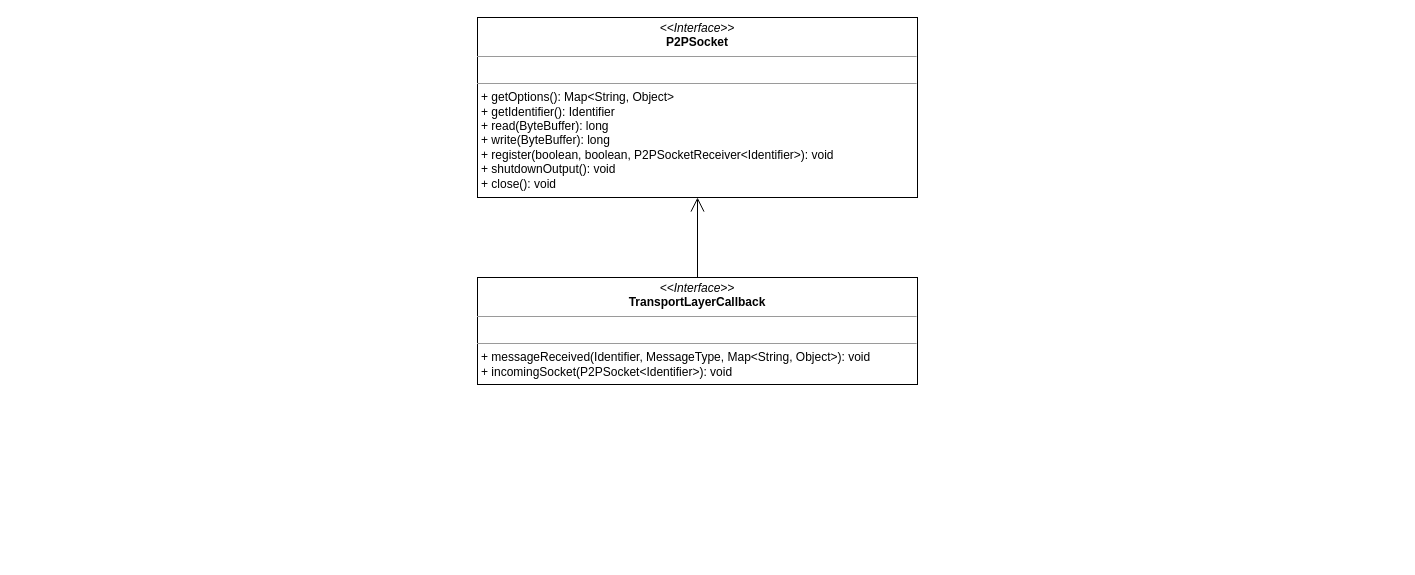
This is Untitled Diagram.drawio from OneOverThree/PastryTest, a draw.io file, before an edit. Source tidied: cells renumbered, new cells numbered last; positions are measured from the earlier drawing's top-left corner, leaving out a move shared by most shapes. Both pictures are drawn from the tidied source at 100%, with x=0, y=0 at pixel (477, 17).
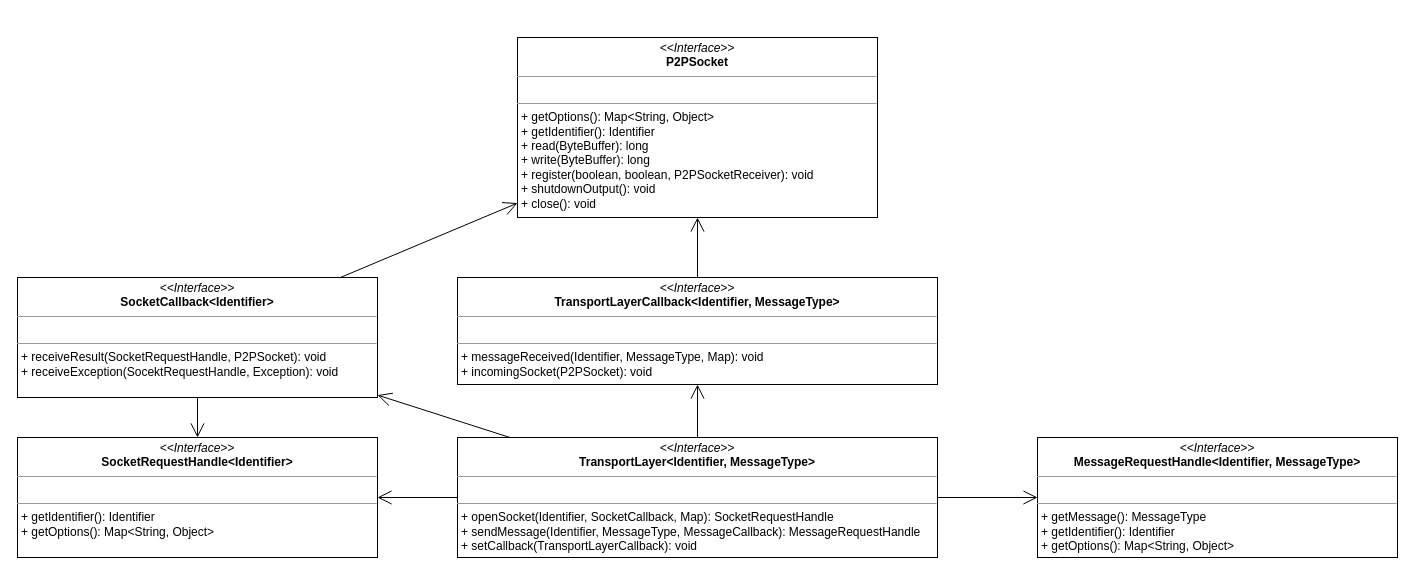
The same page after the edit.

Change to the diagram source:
```diff
@@
 <mxGraphModel>
   <root>
     <mxCell id="0" />
     <mxCell id="1" parent="0" />
-    <mxCell id="2" value="&lt;p style=&quot;margin:0px;margin-top:4px;text-align:center;&quot;&gt;&lt;i&gt;&amp;lt;&amp;lt;Interface&amp;gt;&amp;gt;&lt;/i&gt;&lt;br&gt;&lt;b style=&quot;&quot;&gt;TransportLayerCallback&lt;/b&gt;&lt;/p&gt;&lt;hr size=&quot;1&quot;&gt;&lt;p style=&quot;margin:0px;margin-left:4px;&quot;&gt;&lt;br&gt;&lt;/p&gt;&lt;hr size=&quot;1&quot;&gt;&lt;p style=&quot;margin:0px;margin-left:4px;&quot;&gt;+ messageReceived&lt;span style=&quot;background-color: initial;&quot;&gt;(Identifier, MessageType, Map&amp;lt;String, Object&amp;gt;): void&lt;/span&gt;&lt;/p&gt;&lt;p style=&quot;margin:0px;margin-left:4px;&quot;&gt;+&amp;nbsp;incomingSocket(P2PSocket&amp;lt;Identifier&amp;gt;)&lt;span style=&quot;background-color: initial;&quot;&gt;: void&lt;/span&gt;&lt;/p&gt;" style="verticalAlign=top;align=left;overflow=fill;fontSize=12;fontFamily=Helvetica;html=1;rounded=0;shadow=0;comic=0;labelBackgroundColor=none;strokeWidth=1;" parent="1" vertex="1">
-      <mxGeometry y="260" width="440" height="107" as="geometry" />
+    <mxCell id="2" value="&lt;p style=&quot;margin:0px;margin-top:4px;text-align:center;&quot;&gt;&lt;i&gt;&amp;lt;&amp;lt;Interface&amp;gt;&amp;gt;&lt;/i&gt;&lt;br&gt;&lt;b style=&quot;&quot;&gt;TransportLayerCallback&lt;/b&gt;&lt;b&gt;&amp;lt;Identifier, MessageType&amp;gt;&lt;/b&gt;&lt;/p&gt;&lt;hr size=&quot;1&quot;&gt;&lt;p style=&quot;margin:0px;margin-left:4px;&quot;&gt;&lt;br&gt;&lt;/p&gt;&lt;hr size=&quot;1&quot;&gt;&lt;p style=&quot;margin:0px;margin-left:4px;&quot;&gt;+ messageReceived&lt;span style=&quot;background-color: initial;&quot;&gt;(Identifier, MessageType, Map): void&lt;/span&gt;&lt;/p&gt;&lt;p style=&quot;margin:0px;margin-left:4px;&quot;&gt;+&amp;nbsp;incomingSocket(P2PSocket)&lt;span style=&quot;background-color: initial;&quot;&gt;: void&lt;/span&gt;&lt;/p&gt;" style="verticalAlign=top;align=left;overflow=fill;fontSize=12;fontFamily=Helvetica;html=1;rounded=0;shadow=0;comic=0;labelBackgroundColor=none;strokeWidth=1;" parent="1" vertex="1">
+      <mxGeometry x="-20" y="260" width="480" height="107" as="geometry" />
     </mxCell>
-    <mxCell id="3" value="&lt;p style=&quot;margin:0px;margin-top:4px;text-align:center;&quot;&gt;&lt;i&gt;&amp;lt;&amp;lt;Interface&amp;gt;&amp;gt;&lt;/i&gt;&lt;br&gt;&lt;b style=&quot;&quot;&gt;P2PSocket&lt;/b&gt;&lt;/p&gt;&lt;hr size=&quot;1&quot;&gt;&lt;p style=&quot;margin:0px;margin-left:4px;&quot;&gt;&lt;br&gt;&lt;/p&gt;&lt;hr size=&quot;1&quot;&gt;&lt;p style=&quot;margin:0px;margin-left:4px;&quot;&gt;+ getOptions()&lt;span style=&quot;background-color: initial;&quot;&gt;: Map&amp;lt;String, Object&amp;gt;&lt;/span&gt;&lt;/p&gt;&lt;p style=&quot;margin:0px;margin-left:4px;&quot;&gt;+ getIdentifier(): Identifier&lt;/p&gt;&lt;p style=&quot;margin:0px;margin-left:4px;&quot;&gt;+ read(ByteBuffer): long&lt;/p&gt;&lt;p style=&quot;margin:0px;margin-left:4px;&quot;&gt;+ write(ByteBuffer): long&lt;/p&gt;&lt;p style=&quot;margin:0px;margin-left:4px;&quot;&gt;+ register(boolean, boolean, P2PSocketReceiver&amp;lt;Identifier&amp;gt;): void&lt;/p&gt;&lt;p style=&quot;margin:0px;margin-left:4px;&quot;&gt;&lt;span style=&quot;background-color: initial;&quot;&gt;+ shutdownOutput(): void&lt;/span&gt;&lt;/p&gt;&lt;p style=&quot;margin:0px;margin-left:4px;&quot;&gt;&lt;span style=&quot;background-color: initial;&quot;&gt;+ close(): void&lt;/span&gt;&lt;/p&gt;" style="verticalAlign=top;align=left;overflow=fill;fontSize=12;fontFamily=Helvetica;html=1;rounded=0;shadow=0;comic=0;labelBackgroundColor=none;strokeWidth=1;" parent="1" vertex="1">
-      <mxGeometry width="440" height="180" as="geometry" />
+    <mxCell id="3" value="&lt;p style=&quot;margin:0px;margin-top:4px;text-align:center;&quot;&gt;&lt;i&gt;&amp;lt;&amp;lt;Interface&amp;gt;&amp;gt;&lt;/i&gt;&lt;br&gt;&lt;b style=&quot;&quot;&gt;P2PSocket&lt;/b&gt;&lt;/p&gt;&lt;hr size=&quot;1&quot;&gt;&lt;p style=&quot;margin:0px;margin-left:4px;&quot;&gt;&lt;br&gt;&lt;/p&gt;&lt;hr size=&quot;1&quot;&gt;&lt;p style=&quot;margin:0px;margin-left:4px;&quot;&gt;+ getOptions()&lt;span style=&quot;background-color: initial;&quot;&gt;: Map&amp;lt;String, Object&amp;gt;&lt;/span&gt;&lt;/p&gt;&lt;p style=&quot;margin:0px;margin-left:4px;&quot;&gt;+ getIdentifier(): Identifier&lt;/p&gt;&lt;p style=&quot;margin:0px;margin-left:4px;&quot;&gt;+ read(ByteBuffer): long&lt;/p&gt;&lt;p style=&quot;margin:0px;margin-left:4px;&quot;&gt;+ write(ByteBuffer): long&lt;/p&gt;&lt;p style=&quot;margin:0px;margin-left:4px;&quot;&gt;+ register(boolean, boolean, P2PSocketReceiver): void&lt;/p&gt;&lt;p style=&quot;margin:0px;margin-left:4px;&quot;&gt;&lt;span style=&quot;background-color: initial;&quot;&gt;+ shutdownOutput(): void&lt;/span&gt;&lt;/p&gt;&lt;p style=&quot;margin:0px;margin-left:4px;&quot;&gt;&lt;span style=&quot;background-color: initial;&quot;&gt;+ close(): void&lt;/span&gt;&lt;/p&gt;" style="verticalAlign=top;align=left;overflow=fill;fontSize=12;fontFamily=Helvetica;html=1;rounded=0;shadow=0;comic=0;labelBackgroundColor=none;strokeWidth=1;" parent="1" vertex="1">
+      <mxGeometry x="40" y="20" width="360" height="180" as="geometry" />
     </mxCell>
     <mxCell id="4" style="endArrow=open;endFill=1;endSize=12;html=1;rounded=0;" parent="1" edge="1" source="2" target="3">
       <mxGeometry relative="1" as="geometry" />
     </mxCell>
+    <mxCell id="5" value="&lt;p style=&quot;margin:0px;margin-top:4px;text-align:center;&quot;&gt;&lt;i&gt;&amp;lt;&amp;lt;Interface&amp;gt;&amp;gt;&lt;/i&gt;&lt;br&gt;&lt;b style=&quot;&quot;&gt;TransportLayer&lt;/b&gt;&lt;b&gt;&amp;lt;Identifier, MessageType&amp;gt;&lt;/b&gt;&lt;/p&gt;&lt;hr size=&quot;1&quot;&gt;&lt;p style=&quot;margin:0px;margin-left:4px;&quot;&gt;&lt;br&gt;&lt;/p&gt;&lt;hr size=&quot;1&quot;&gt;&lt;p style=&quot;margin:0px;margin-left:4px;&quot;&gt;+ openSocket&lt;span style=&quot;background-color: initial;&quot;&gt;(Identifier, SocketCallback, Map): SocketRequestHandle&lt;/span&gt;&lt;/p&gt;&lt;p style=&quot;margin:0px;margin-left:4px;&quot;&gt;+&amp;nbsp;sendMessage(Identifier, MessageType, MessageCallback)&lt;span style=&quot;background-color: initial;&quot;&gt;: MessageRequestHandle&lt;/span&gt;&lt;/p&gt;&lt;p style=&quot;margin:0px;margin-left:4px;&quot;&gt;&lt;span style=&quot;background-color: initial;&quot;&gt;+ setCallback(TransportLayerCallback): void&lt;/span&gt;&lt;/p&gt;" style="verticalAlign=top;align=left;overflow=fill;fontSize=12;fontFamily=Helvetica;html=1;rounded=0;shadow=0;comic=0;labelBackgroundColor=none;strokeWidth=1;" parent="1" vertex="1">
+      <mxGeometry x="-20" y="420" width="480" height="120" as="geometry" />
+    </mxCell>
+    <mxCell id="6" style="endArrow=open;endFill=1;endSize=12;html=1;rounded=0;" parent="1" edge="1" source="5" target="2">
+      <mxGeometry relative="1" as="geometry" />
+    </mxCell>
+    <mxCell id="7" value="&lt;p style=&quot;margin:0px;margin-top:4px;text-align:center;&quot;&gt;&lt;i&gt;&amp;lt;&amp;lt;Interface&amp;gt;&amp;gt;&lt;/i&gt;&lt;br&gt;&lt;b style=&quot;&quot;&gt;MessageRequestHandle&amp;lt;Identifier, MessageType&amp;gt;&lt;/b&gt;&lt;/p&gt;&lt;hr size=&quot;1&quot;&gt;&lt;p style=&quot;margin:0px;margin-left:4px;&quot;&gt;&lt;br&gt;&lt;/p&gt;&lt;hr size=&quot;1&quot;&gt;&lt;p style=&quot;margin:0px;margin-left:4px;&quot;&gt;+ getMessage(): MessageType&lt;/p&gt;&lt;p style=&quot;margin:0px;margin-left:4px;&quot;&gt;+ getIdentifier(): Identifier&lt;/p&gt;&lt;p style=&quot;border-color: var(--border-color); margin: 0px 0px 0px 4px;&quot;&gt;+ getOptions(): Map&amp;lt;String, Object&amp;gt;&lt;/p&gt;&lt;p style=&quot;margin:0px;margin-left:4px;&quot;&gt;&lt;br&gt;&lt;/p&gt;" style="verticalAlign=top;align=left;overflow=fill;fontSize=12;fontFamily=Helvetica;html=1;rounded=0;shadow=0;comic=0;labelBackgroundColor=none;strokeWidth=1;" parent="1" vertex="1">
+      <mxGeometry x="560" y="420" width="360" height="120" as="geometry" />
+    </mxCell>
+    <mxCell id="8" style="endArrow=open;endFill=1;endSize=12;html=1;rounded=0;" parent="1" edge="1" source="5" target="7">
+      <mxGeometry relative="1" as="geometry" />
+    </mxCell>
+    <mxCell id="9" value="&lt;p style=&quot;margin:0px;margin-top:4px;text-align:center;&quot;&gt;&lt;i&gt;&amp;lt;&amp;lt;Interface&amp;gt;&amp;gt;&lt;/i&gt;&lt;br&gt;&lt;b style=&quot;&quot;&gt;SocketRequestHandle&amp;lt;Identifier&amp;gt;&lt;/b&gt;&lt;/p&gt;&lt;hr size=&quot;1&quot;&gt;&lt;p style=&quot;margin:0px;margin-left:4px;&quot;&gt;&lt;br&gt;&lt;/p&gt;&lt;hr size=&quot;1&quot;&gt;&lt;p style=&quot;margin:0px;margin-left:4px;&quot;&gt;&lt;span style=&quot;background-color: initial;&quot;&gt;+ getIdentifier(): Identifier&lt;/span&gt;&lt;br&gt;&lt;/p&gt;&lt;p style=&quot;border-color: var(--border-color); margin: 0px 0px 0px 4px;&quot;&gt;+ getOptions(): Map&amp;lt;String, Object&amp;gt;&lt;/p&gt;&lt;p style=&quot;margin:0px;margin-left:4px;&quot;&gt;&lt;br&gt;&lt;/p&gt;" style="verticalAlign=top;align=left;overflow=fill;fontSize=12;fontFamily=Helvetica;html=1;rounded=0;shadow=0;comic=0;labelBackgroundColor=none;strokeWidth=1;" parent="1" vertex="1">
+      <mxGeometry x="-460" y="420" width="360" height="120" as="geometry" />
+    </mxCell>
+    <mxCell id="10" style="endArrow=open;endFill=1;endSize=12;html=1;rounded=0;" parent="1" edge="1" source="5" target="9">
+      <mxGeometry relative="1" as="geometry" />
+    </mxCell>
+    <mxCell id="11" value="&lt;p style=&quot;margin:0px;margin-top:4px;text-align:center;&quot;&gt;&lt;i&gt;&amp;lt;&amp;lt;Interface&amp;gt;&amp;gt;&lt;/i&gt;&lt;br&gt;&lt;b style=&quot;&quot;&gt;SocketCallback&amp;lt;Identifier&amp;gt;&lt;/b&gt;&lt;/p&gt;&lt;hr size=&quot;1&quot;&gt;&lt;p style=&quot;margin:0px;margin-left:4px;&quot;&gt;&lt;br&gt;&lt;/p&gt;&lt;hr size=&quot;1&quot;&gt;&lt;p style=&quot;margin:0px;margin-left:4px;&quot;&gt;&lt;span style=&quot;background-color: initial;&quot;&gt;+ receiveResult(SocketRequestHandle, P2PSocket): void&lt;/span&gt;&lt;br&gt;&lt;/p&gt;&lt;p style=&quot;border-color: var(--border-color); margin: 0px 0px 0px 4px;&quot;&gt;+ receiveException(SocektRequestHandle, Exception): void&lt;/p&gt;&lt;p style=&quot;margin:0px;margin-left:4px;&quot;&gt;&lt;br&gt;&lt;/p&gt;" style="verticalAlign=top;align=left;overflow=fill;fontSize=12;fontFamily=Helvetica;html=1;rounded=0;shadow=0;comic=0;labelBackgroundColor=none;strokeWidth=1;" parent="1" vertex="1">
+      <mxGeometry x="-460" y="260" width="360" height="120" as="geometry" />
+    </mxCell>
+    <mxCell id="12" style="endArrow=open;endFill=1;endSize=12;html=1;rounded=0;" parent="1" edge="1" source="5" target="11">
+      <mxGeometry relative="1" as="geometry" />
+    </mxCell>
+    <mxCell id="13" style="endArrow=open;endFill=1;endSize=12;html=1;rounded=0;" parent="1" edge="1" source="11" target="9">
+      <mxGeometry relative="1" as="geometry" />
+    </mxCell>
+    <mxCell id="14" style="endArrow=open;endFill=1;endSize=12;html=1;rounded=0;" parent="1" edge="1" source="11" target="3">
+      <mxGeometry relative="1" as="geometry" />
+    </mxCell>
   </root>
 </mxGraphModel>
```
